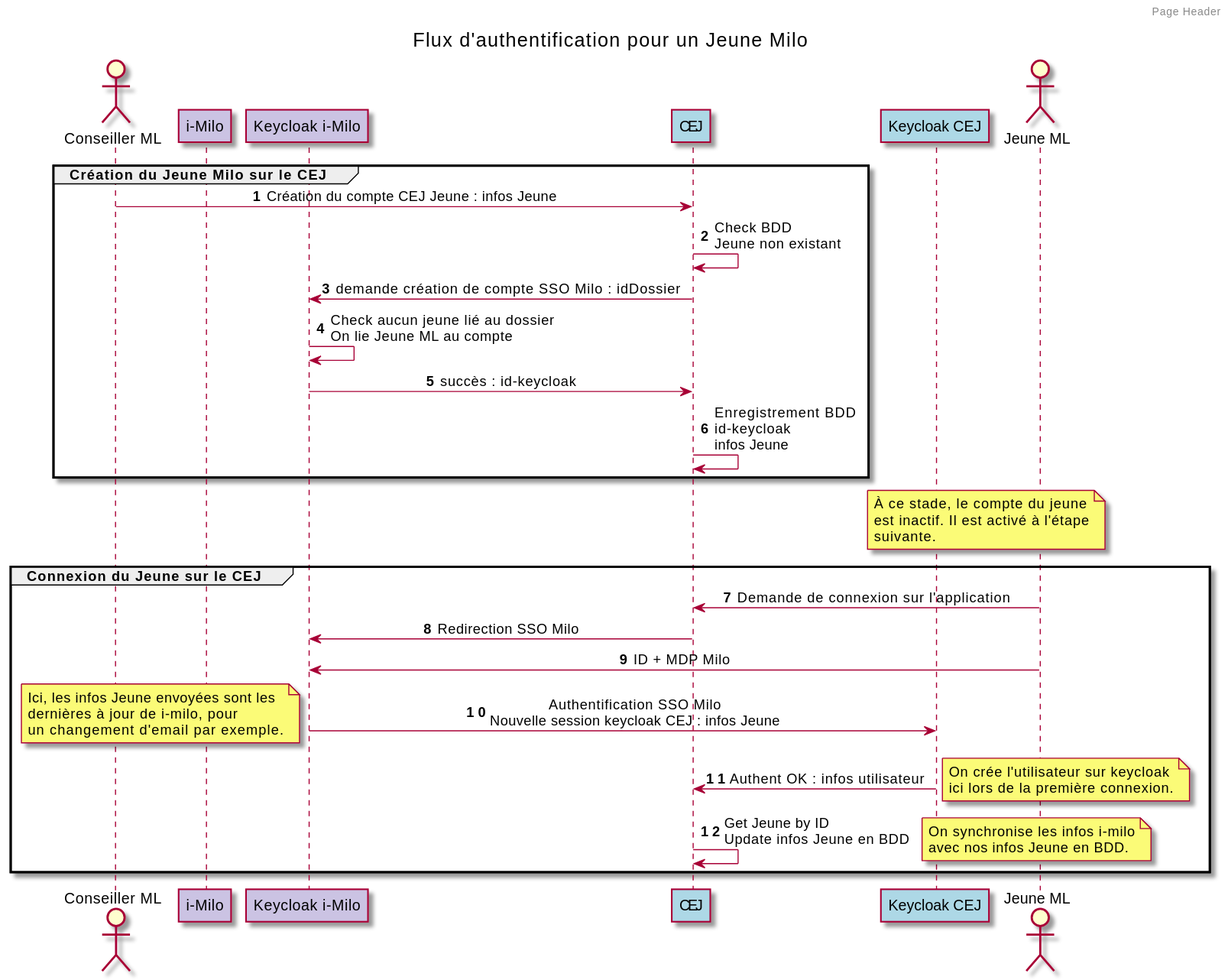
Above: docs/diagrammes/authentification-flux.svg in SocialGouv/pass-emploi-api (PlantUML), before the change. Its diagram source:
```plantuml
@startuml

skinparam backgroundColor white

actor "Conseiller ML" as conseiller
participant "i-Milo" as milo #CBC3E3
participant "Keycloak i-Milo" as kckMilo 	#CBC3E3
participant "CEJ" as cej #ADD8E6
participant "Keycloak CEJ" as kckCej #ADD8E6
actor "Jeune ML" as jeune

header Page Header

title Flux d'authentification pour un Jeune Milo

autonumber
group Création du Jeune Milo sur le CEJ
skinparam sequenceMessageAlign right
conseiller -> cej : Création du compte CEJ Jeune : infos Jeune
skinparam sequenceMessageAlign left
cej -> cej : Check BDD\nJeune non existant

skinparam sequenceMessageAlign center
cej -> kckMilo :demande création de compte SSO Milo : idDossier
kckMilo -> kckMilo : Check aucun jeune lié au dossier\nOn lie Jeune ML au compte
kckMilo -> cej : succès : id-keycloak

skinparam sequenceMessageAlign left
cej -> cej : Enregistrement BDD\nid-keycloak\ninfos Jeune
end

note over kckCej, jeune : À ce stade, le compte du jeune\nest inactif. Il est activé à l'étape\nsuivante.

group Connexion du Jeune sur le CEJ
skinparam sequenceMessageAlign center
jeune -> cej : Demande de connexion sur l'application
cej -> kckMilo : Redirection SSO Milo
jeune -> kckMilo : ID + MDP Milo
kckMilo -> kckCej : Authentification SSO Milo\nNouvelle session keycloak CEJ : infos Jeune
note left : Ici, les infos Jeune envoyées sont les\ndernières à jour de i-milo, pour\nun changement d'email par exemple.
kckCej -> cej : Authent OK : infos utilisateur
note right : On crée l'utilisateur sur keycloak\nici lors de la première connexion.
cej -> cej : Get Jeune by ID\nUpdate infos Jeune en BDD
note right : On synchronise les infos i-milo\navec nos infos Jeune en BDD.

end
@enduml
```
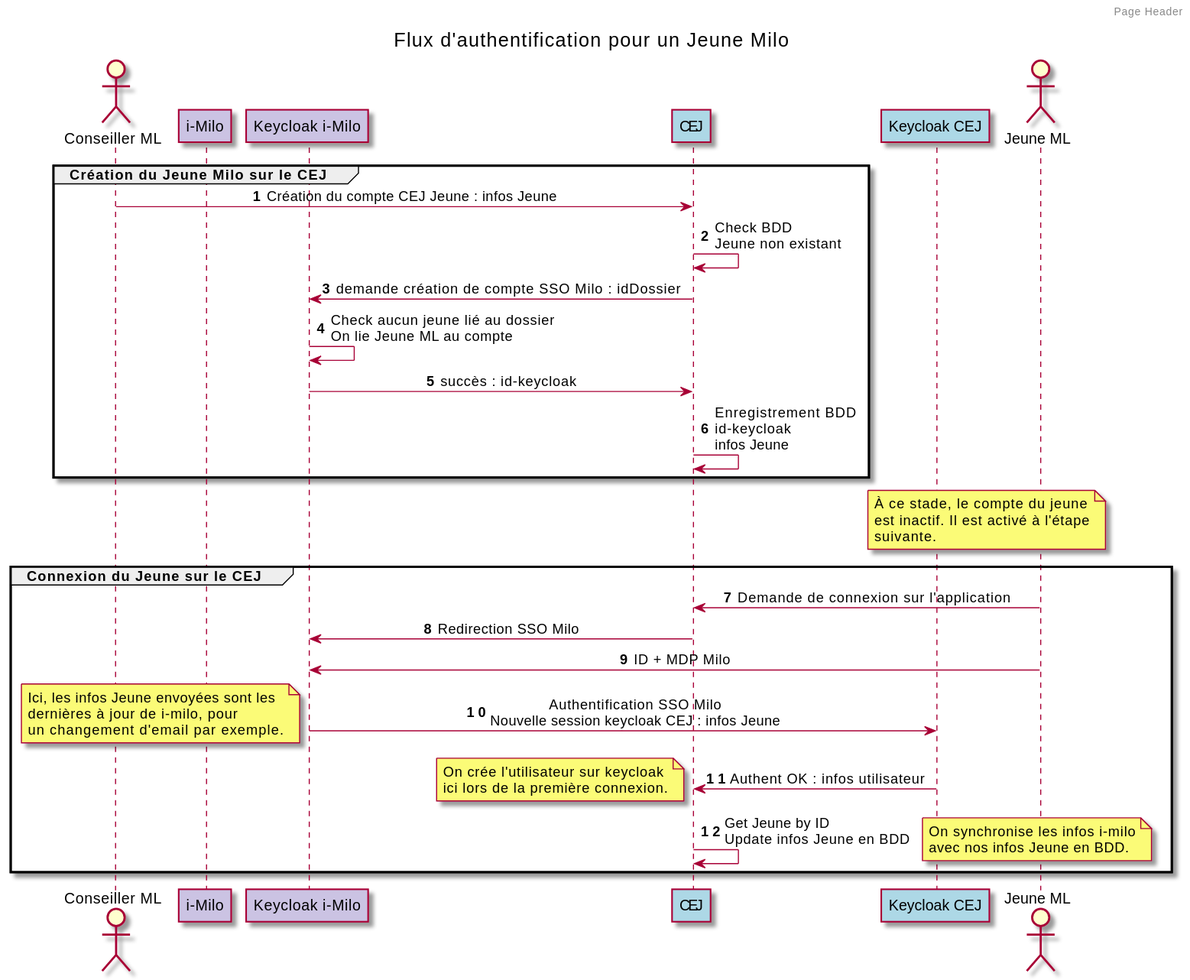
After the commit.

Commit message:
feat: sub lors de la creation du jeune milo

What changed in the source:
```diff
@@ -39,7 +39,7 @@
 kckMilo -> kckCej : Authentification SSO Milo\nNouvelle session keycloak CEJ : infos Jeune
 note left : Ici, les infos Jeune envoyées sont les\ndernières à jour de i-milo, pour\nun changement d'email par exemple.
 kckCej -> cej : Authent OK : infos utilisateur
-note right : On crée l'utilisateur sur keycloak\nici lors de la première connexion.
+note left : On crée l'utilisateur sur keycloak\nici lors de la première connexion.
 cej -> cej : Get Jeune by ID\nUpdate infos Jeune en BDD
 note right : On synchronise les infos i-milo\navec nos infos Jeune en BDD.
 
```
